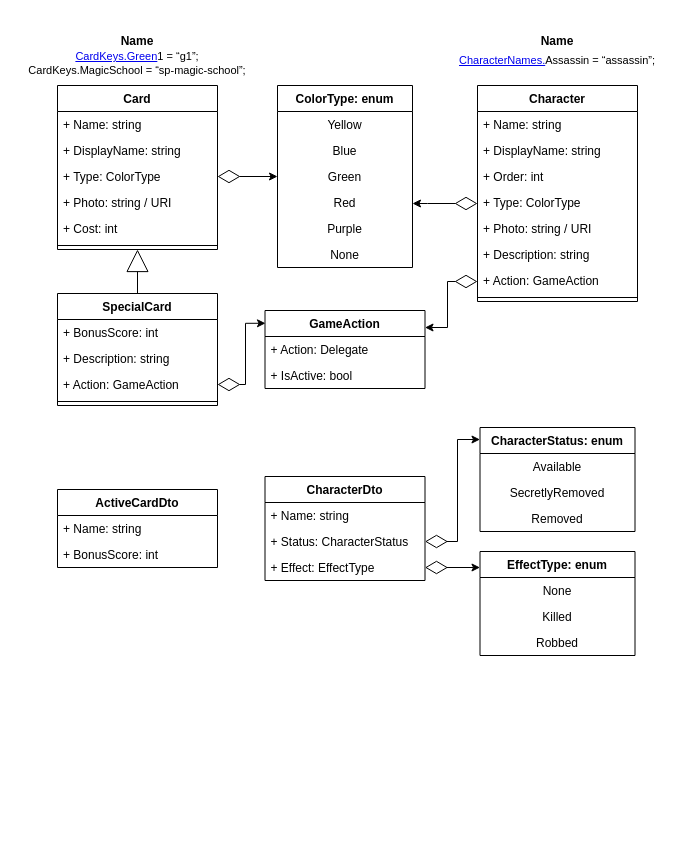
The draw.io diagram docs/UML-diagram.drawio in AntonArtomovNM/KCAA, before the edit. Source tidied: cells renumbered, new cells numbered last; positions are measured from the earlier drawing's top-left corner, leaving out a move shared by most shapes. Both pictures are drawn from the tidied source at 100%, with x=0, y=0 at pixel (17, 17).
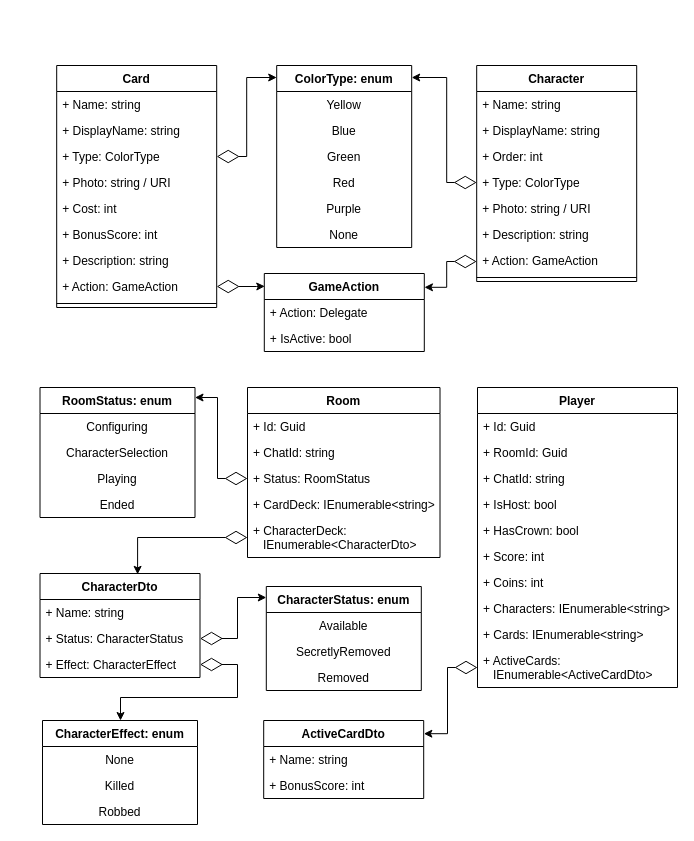
After the change.

The change refers to these unchanged cells:
```xml
<mxCell id="11" value="+ Type: ColorType" style="text;strokeColor=none;fillColor=none;align=left;verticalAlign=top;spacingLeft=4;spacingRight=4;overflow=hidden;points=[[0,0.5],[1,0.5]];portConstraint=eastwest;" parent="7" vertex="1">
  <mxGeometry y="104" width="160" height="26" as="geometry" />
</mxCell>
<mxCell id="14" value="+ Action: GameAction" style="text;strokeColor=none;fillColor=none;align=left;verticalAlign=top;spacingLeft=4;spacingRight=4;overflow=hidden;points=[[0,0.5],[1,0.5]];portConstraint=eastwest;" parent="7" vertex="1">
  <mxGeometry y="182" width="160" height="26" as="geometry" />
</mxCell>
<mxCell id="27" value="+ Type: ColorType" style="text;strokeColor=none;fillColor=none;align=left;verticalAlign=top;spacingLeft=4;spacingRight=4;overflow=hidden;points=[[0,0.5],[1,0.5]];portConstraint=eastwest;" parent="24" vertex="1">
  <mxGeometry y="78" width="160" height="26" as="geometry" />
</mxCell>
<mxCell id="39" value="+ Status: CharacterStatus" style="text;strokeColor=none;fillColor=none;align=left;verticalAlign=top;spacingLeft=4;spacingRight=4;overflow=hidden;points=[[0,0.5],[1,0.5]];portConstraint=eastwest;" parent="37" vertex="1">
  <mxGeometry y="52" width="160" height="26" as="geometry" />
</mxCell>
```

Change to the diagram source:
```diff
@@
-    <mxCell id="2" value="SpecialCard" style="swimlane;fontStyle=1;align=center;verticalAlign=top;horizontal=1;startSize=26;hachureGap=4;" parent="1" vertex="1">
-      <mxGeometry x="40" y="276" width="160" height="112" as="geometry" />
-    </mxCell>
-    <mxCell id="3" value="+ BonusScore: int" style="text;strokeColor=none;fillColor=none;align=left;verticalAlign=top;spacingLeft=4;spacingRight=4;overflow=hidden;" parent="2" vertex="1">
-      <mxGeometry y="26" width="160" height="26" as="geometry" />
-    </mxCell>
-    <mxCell id="4" value="+ Description: string" style="text;strokeColor=none;fillColor=none;align=left;verticalAlign=top;spacingLeft=4;spacingRight=4;overflow=hidden;" parent="2" vertex="1">
-      <mxGeometry y="52" width="160" height="26" as="geometry" />
-    </mxCell>
-    <mxCell id="5" value="+ Action: GameAction" style="text;strokeColor=none;fillColor=none;align=left;verticalAlign=top;spacingLeft=4;spacingRight=4;overflow=hidden;points=[[0,0.5],[1,0.5]];portConstraint=eastwest;" parent="2" vertex="1">
-      <mxGeometry y="78" width="160" height="26" as="geometry" />
-    </mxCell>
-    <mxCell id="6" style="line;strokeWidth=1;fillColor=none;align=left;verticalAlign=middle;spacingTop=-1;spacingLeft=3;spacingRight=3;labelPosition=right;hachureGap=4;labelBackgroundColor=none;fontSize=12;html=0;" parent="2" vertex="1">
-      <mxGeometry y="104" width="160" height="8" as="geometry" />
-    </mxCell>
     <mxCell id="7" value="Character" style="swimlane;fontStyle=1;align=center;verticalAlign=top;horizontal=1;startSize=26;hachureGap=4;" parent="1" vertex="1">
-      <mxGeometry x="460" y="68" width="160" height="216" as="geometry" />
+      <mxGeometry x="459.2" y="48" width="160" height="216" as="geometry" />
     </mxCell>
@@
     <mxCell id="16" value="ColorType: enum" style="swimlane;fontStyle=1;align=center;verticalAlign=top;horizontal=1;startSize=26;hachureGap=4;labelBackgroundColor=none;fontSize=12;fillColor=none;html=0;" parent="1" vertex="1">
-      <mxGeometry x="260" y="68" width="135" height="182" as="geometry" />
+      <mxGeometry x="259.2" y="48" width="135" height="182" as="geometry" />
     </mxCell>
@@
-    <mxCell id="23" style="edgeStyle=orthogonalEdgeStyle;rounded=0;jettySize=auto;html=1;startArrow=block;startFill=0;startSize=20;endSize=6;endArrow=none;endFill=0;" parent="1" edge="1" source="24" target="2">
-      <mxGeometry relative="1" as="geometry" />
-    </mxCell>
     <mxCell id="24" value="Card" style="swimlane;fontStyle=1;align=center;verticalAlign=top;horizontal=1;startSize=26;hachureGap=4;" parent="1" vertex="1">
-      <mxGeometry x="40" y="68" width="160" height="164" as="geometry" />
+      <mxGeometry x="39.2" y="48" width="160" height="242" as="geometry" />
     </mxCell>
@@
+    <mxCell id="3" value="+ BonusScore: int" style="text;strokeColor=none;fillColor=none;align=left;verticalAlign=top;spacingLeft=4;spacingRight=4;overflow=hidden;" parent="24" vertex="1">
+      <mxGeometry y="156" width="160" height="26" as="geometry" />
+    </mxCell>
+    <mxCell id="4" value="+ Description: string" style="text;strokeColor=none;fillColor=none;align=left;verticalAlign=top;spacingLeft=4;spacingRight=4;overflow=hidden;" parent="24" vertex="1">
+      <mxGeometry y="182" width="160" height="26" as="geometry" />
+    </mxCell>
+    <mxCell id="5" value="+ Action: GameAction" style="text;strokeColor=none;fillColor=none;align=left;verticalAlign=top;spacingLeft=4;spacingRight=4;overflow=hidden;points=[[0,0.5],[1,0.5]];portConstraint=eastwest;" parent="24" vertex="1">
+      <mxGeometry y="208" width="160" height="26" as="geometry" />
+    </mxCell>
     <mxCell id="30" style="line;strokeWidth=1;fillColor=none;align=left;verticalAlign=middle;spacingTop=-1;spacingLeft=3;spacingRight=3;labelPosition=right;hachureGap=4;labelBackgroundColor=none;fontSize=12;html=0;" parent="24" vertex="1">
-      <mxGeometry y="156" width="160" height="8" as="geometry" />
+      <mxGeometry y="234" width="160" height="8" as="geometry" />
     </mxCell>
     <mxCell id="31" value="GameAction" style="swimlane;fontStyle=1;align=center;verticalAlign=top;horizontal=1;startSize=26;" parent="1" vertex="1">
-      <mxGeometry x="247.5" y="293" width="160" height="78" as="geometry" />
+      <mxGeometry x="246.8" y="256" width="160" height="78" as="geometry" />
     </mxCell>
@@
     <mxCell id="34" value="ActiveCardDto" style="swimlane;fontStyle=1;align=center;verticalAlign=top;horizontal=1;startSize=26;" parent="1" vertex="1">
-      <mxGeometry x="40" y="472" width="160" height="78" as="geometry" />
+      <mxGeometry x="246.2" y="703" width="160" height="78" as="geometry" />
     </mxCell>
@@
     <mxCell id="37" value="CharacterDto" style="swimlane;fontStyle=1;align=center;verticalAlign=top;horizontal=1;startSize=26;" parent="1" vertex="1">
-      <mxGeometry x="247.5" y="459" width="160" height="104" as="geometry" />
+      <mxGeometry x="22.5" y="556" width="160" height="104" as="geometry" />
     </mxCell>
@@
-    <mxCell id="40" value="+ Effect: EffectType" style="text;strokeColor=none;fillColor=none;align=left;verticalAlign=top;spacingLeft=4;spacingRight=4;overflow=hidden;points=[[0,0.5],[1,0.5]];portConstraint=eastwest;" parent="37" vertex="1">
+    <mxCell id="40" value="+ Effect: CharacterEffect" style="text;strokeColor=none;fillColor=none;align=left;verticalAlign=top;spacingLeft=4;spacingRight=4;overflow=hidden;points=[[0,0.5],[1,0.5]];portConstraint=eastwest;" parent="37" vertex="1">
       <mxGeometry y="78" width="160" height="26" as="geometry" />
     </mxCell>
     <mxCell id="41" value="CharacterStatus: enum" style="swimlane;fontStyle=1;align=center;verticalAlign=top;horizontal=1;startSize=26;hachureGap=4;labelBackgroundColor=none;fontSize=12;fillColor=none;html=0;" parent="1" vertex="1">
-      <mxGeometry x="462.5" y="410" width="155" height="104" as="geometry" />
+      <mxGeometry x="248.8" y="569" width="155" height="104" as="geometry" />
     </mxCell>
@@
-    <mxCell id="45" value="EffectType: enum" style="swimlane;fontStyle=1;align=center;verticalAlign=top;horizontal=1;startSize=26;hachureGap=4;labelBackgroundColor=none;fontSize=12;fillColor=none;html=0;" parent="1" vertex="1">
-      <mxGeometry x="462.5" y="534" width="155" height="104" as="geometry" />
+    <mxCell id="45" value="CharacterEffect: enum" style="swimlane;fontStyle=1;align=center;verticalAlign=top;horizontal=1;startSize=26;hachureGap=4;labelBackgroundColor=none;fontSize=12;fillColor=none;html=0;" parent="1" vertex="1">
+      <mxGeometry x="25" y="703" width="155" height="104" as="geometry" />
     </mxCell>
@@
-    <mxCell id="49" style="edgeStyle=orthogonalEdgeStyle;rounded=0;jettySize=auto;html=1;startArrow=diamondThin;startFill=0;endSize=6;startSize=20;" parent="1" edge="1" source="27" target="16">
+    <mxCell id="49" style="edgeStyle=orthogonalEdgeStyle;rounded=0;jettySize=auto;html=1;startArrow=diamondThin;startFill=0;endSize=6;startSize=20;exitX=1;exitY=0.5;exitDx=0;exitDy=0;" parent="1" edge="1" source="27" target="16">
       <mxGeometry relative="1" as="geometry">
         <Array as="points">
-          <mxPoint x="260" y="159" />
-          <mxPoint x="260" y="159" />
+          <mxPoint x="229.2" y="139" />
+          <mxPoint x="229.2" y="60" />
         </Array>
       </mxGeometry>
     </mxCell>
     <mxCell id="50" style="edgeStyle=orthogonalEdgeStyle;rounded=0;jettySize=auto;html=1;startArrow=diamondThin;startFill=0;startSize=20;endSize=6;" parent="1" edge="1" source="11" target="16">
       <mxGeometry relative="1" as="geometry">
         <Array as="points">
-          <mxPoint x="410" y="186" />
-          <mxPoint x="410" y="186" />
+          <mxPoint x="429.2" y="165" />
+          <mxPoint x="429.2" y="60" />
         </Array>
       </mxGeometry>
     </mxCell>
     <mxCell id="51" style="edgeStyle=orthogonalEdgeStyle;rounded=0;jettySize=auto;html=1;startArrow=diamondThin;startFill=0;endArrow=classic;endFill=1;startSize=20;endSize=6;entryX=0.003;entryY=0.164;entryDx=0;entryDy=0;entryPerimeter=0;exitX=1;exitY=0.5;exitDx=0;exitDy=0;" parent="1" edge="1" source="5" target="31">
       <mxGeometry relative="1" as="geometry">
         <Array as="points">
-          <mxPoint x="228" y="367" />
-          <mxPoint x="228" y="306" />
+          <mxPoint x="239.2" y="269" />
+          <mxPoint x="239.2" y="269" />
         </Array>
       </mxGeometry>
     </mxCell>
-    <mxCell id="52" style="edgeStyle=orthogonalEdgeStyle;rounded=0;jettySize=auto;html=1;startArrow=diamondThin;startFill=0;endArrow=classic;endFill=1;startSize=20;endSize=6;" parent="1" edge="1" source="14" target="31">
+    <mxCell id="52" style="edgeStyle=orthogonalEdgeStyle;rounded=0;jettySize=auto;html=1;startArrow=diamondThin;startFill=0;endArrow=classic;endFill=1;startSize=20;endSize=6;entryX=1.001;entryY=0.177;entryDx=0;entryDy=0;entryPerimeter=0;" parent="1" edge="1" source="14" target="31">
       <mxGeometry relative="1" as="geometry">
         <Array as="points">
-          <mxPoint x="430" y="264" />
-          <mxPoint x="430" y="310" />
+          <mxPoint x="429.2" y="244" />
+          <mxPoint x="429.2" y="270" />
         </Array>
       </mxGeometry>
     </mxCell>
     <mxCell id="53" style="edgeStyle=orthogonalEdgeStyle;rounded=0;jettySize=auto;html=1;startArrow=diamondThin;startFill=0;endArrow=classic;endFill=1;startSize=20;endSize=6;exitX=1;exitY=0.5;exitDx=0;exitDy=0;" parent="1" edge="1" source="39" target="41">
       <mxGeometry relative="1" as="geometry">
         <Array as="points">
-          <mxPoint x="440" y="524" />
-          <mxPoint x="440" y="422" />
+          <mxPoint x="220" y="621" />
+          <mxPoint x="220" y="580" />
         </Array>
       </mxGeometry>
     </mxCell>
     <mxCell id="54" style="edgeStyle=orthogonalEdgeStyle;rounded=0;jettySize=auto;html=1;startArrow=diamondThin;startFill=0;endArrow=classic;endFill=1;startSize=20;endSize=6;exitX=1;exitY=0.5;exitDx=0;exitDy=0;" parent="1" edge="1" source="40" target="45">
       <mxGeometry relative="1" as="geometry">
         <Array as="points">
-          <mxPoint x="500" y="550" />
-          <mxPoint x="500" y="550" />
+          <mxPoint x="220" y="647" />
+          <mxPoint x="220" y="680" />
+          <mxPoint x="103" y="680" />
         </Array>
       </mxGeometry>
     </mxCell>
-    <mxCell id="55" style="group;" parent="1" vertex="1">
-      <mxGeometry y="10" width="240" height="46" as="geometry" />
-    </mxCell>
-    <mxCell id="56" value="&#10;&#10;&lt;a class=&quot;anchor-url&quot; href=&quot;https://cardkeys.green/&quot; target=&quot;_blank&quot; style=&quot;box-sizing: inherit ; text-decoration: underline ; font-size: 11px ; font-style: normal ; font-weight: 400 ; letter-spacing: normal ; text-indent: 0px ; text-transform: none ; word-spacing: 0px&quot;&gt;CardKeys.Green&lt;/a&gt;&lt;span style=&quot;font-size: 11px ; font-style: normal ; font-weight: 400 ; letter-spacing: normal ; text-indent: 0px ; text-transform: none ; word-spacing: 0px ; display: inline ; float: none&quot;&gt;1 = “g1”;&#10;CardKeys.MagicSchool = “sp-magic-school”;&lt;/span&gt;&#10;&#10;" style="text;html=1;strokeColor=none;fillColor=none;align=center;verticalAlign=middle;whiteSpace=wrap;rounded=0;hachureGap=4;fontSize=11;fontColor=#000000;labelBackgroundColor=none;" parent="55" vertex="1">
-      <mxGeometry y="26" width="240" height="20" as="geometry" />
-    </mxCell>
-    <mxCell id="57" value="Name" style="text;strokeColor=none;fillColor=none;align=center;verticalAlign=top;spacingLeft=4;spacingRight=4;overflow=hidden;fontStyle=1;" parent="55" vertex="1">
-      <mxGeometry x="70.6" width="98.8" height="26" as="geometry" />
-    </mxCell>
-    <mxCell id="58" style="group;" parent="1" vertex="1">
-      <mxGeometry x="420" width="240" height="46" as="geometry" />
-    </mxCell>
-    <mxCell id="59" value="&lt;br&gt;&lt;br&gt;&lt;a class=&quot;anchor-url&quot; href=&quot;https://cardkeys.green/&quot; target=&quot;_blank&quot; style=&quot;box-sizing: inherit ; text-decoration: underline ; font-size: 11px ; font-style: normal ; font-weight: 400 ; letter-spacing: normal ; text-indent: 0px ; text-transform: none ; word-spacing: 0px&quot;&gt;CharacterNames.&lt;/a&gt;Assassin&lt;span style=&quot;font-size: 11px ; font-style: normal ; font-weight: 400 ; letter-spacing: normal ; text-indent: 0px ; text-transform: none ; word-spacing: 0px ; display: inline ; float: none&quot;&gt;&amp;nbsp;= “assassin”;&lt;br&gt;&lt;/span&gt;&lt;br&gt;" style="text;html=1;strokeColor=none;fillColor=none;align=center;verticalAlign=middle;whiteSpace=wrap;rounded=0;hachureGap=4;fontSize=11;fontColor=#000000;labelBackgroundColor=none;" parent="58" vertex="1">
-      <mxGeometry y="26" width="240" height="20" as="geometry" />
-    </mxCell>
-    <mxCell id="60" value="Name" style="text;strokeColor=none;fillColor=none;align=center;verticalAlign=top;spacingLeft=4;spacingRight=4;overflow=hidden;fontStyle=1;" parent="58" vertex="1">
-      <mxGeometry x="70.6" y="10" width="98.8" height="26" as="geometry" />
-    </mxCell>
+    <mxCell id="61" value="RoomStatus: enum" style="swimlane;fontStyle=1;align=center;verticalAlign=top;horizontal=1;startSize=26;hachureGap=4;labelBackgroundColor=none;fontSize=12;fillColor=none;html=0;" parent="1" vertex="1">
+      <mxGeometry x="22.5" y="370" width="155" height="130" as="geometry" />
+    </mxCell>
+    <mxCell id="62" value="Configuring" style="text;strokeColor=none;fillColor=none;align=center;verticalAlign=top;spacingLeft=4;spacingRight=4;overflow=hidden;hachureGap=4;labelBackgroundColor=none;fontSize=12;html=0;" parent="61" vertex="1">
+      <mxGeometry y="26" width="155" height="26" as="geometry" />
+    </mxCell>
+    <mxCell id="63" value="CharacterSelection" style="text;strokeColor=none;fillColor=none;align=center;verticalAlign=top;spacingLeft=4;spacingRight=4;overflow=hidden;hachureGap=4;labelBackgroundColor=none;fontSize=12;html=0;" parent="61" vertex="1">
+      <mxGeometry y="52" width="155" height="26" as="geometry" />
+    </mxCell>
+    <mxCell id="64" value="Playing" style="text;strokeColor=none;fillColor=none;align=center;verticalAlign=top;spacingLeft=4;spacingRight=4;overflow=hidden;hachureGap=4;labelBackgroundColor=none;fontSize=12;html=0;" parent="61" vertex="1">
+      <mxGeometry y="78" width="155" height="26" as="geometry" />
+    </mxCell>
+    <mxCell id="65" value="Ended" style="text;strokeColor=none;fillColor=none;align=center;verticalAlign=top;spacingLeft=4;spacingRight=4;overflow=hidden;hachureGap=4;labelBackgroundColor=none;fontSize=12;html=0;" parent="61" vertex="1">
+      <mxGeometry y="104" width="155" height="26" as="geometry" />
+    </mxCell>
+    <mxCell id="66" value="Room" style="swimlane;fontStyle=1;align=center;verticalAlign=top;horizontal=1;startSize=26;" parent="1" vertex="1">
+      <mxGeometry x="230" y="370" width="192.5" height="170" as="geometry" />
+    </mxCell>
+    <mxCell id="67" value="+ Id: Guid" style="text;strokeColor=none;fillColor=none;align=left;verticalAlign=top;spacingLeft=4;spacingRight=4;overflow=hidden;" parent="66" vertex="1">
+      <mxGeometry y="26" width="192.5" height="26" as="geometry" />
+    </mxCell>
+    <mxCell id="68" value="+ ChatId: string" style="text;strokeColor=none;fillColor=none;align=left;verticalAlign=top;spacingLeft=4;spacingRight=4;overflow=hidden;" parent="66" vertex="1">
+      <mxGeometry y="52" width="192.5" height="26" as="geometry" />
+    </mxCell>
+    <mxCell id="69" value="+ Status: RoomStatus" style="text;strokeColor=none;fillColor=none;align=left;verticalAlign=top;spacingLeft=4;spacingRight=4;overflow=hidden;points=[[0,0.5],[1,0.5]];portConstraint=eastwest;" parent="66" vertex="1">
+      <mxGeometry y="78" width="192.5" height="26" as="geometry" />
+    </mxCell>
+    <mxCell id="70" value="+ CardDeck: IEnumerable&lt;string&gt;" style="text;strokeColor=none;fillColor=none;align=left;verticalAlign=top;spacingLeft=4;spacingRight=4;overflow=hidden;" parent="66" vertex="1">
+      <mxGeometry y="104" width="192.5" height="26" as="geometry" />
+    </mxCell>
+    <mxCell id="71" value="+ CharacterDeck: &#10;   IEnumerable&lt;CharacterDto&gt;" style="text;strokeColor=none;fillColor=none;align=left;verticalAlign=top;spacingLeft=4;spacingRight=4;overflow=hidden;points=[[0,0.5],[1,0.5]];portConstraint=eastwest;" parent="66" vertex="1">
+      <mxGeometry y="130" width="192.5" height="40" as="geometry" />
+    </mxCell>
+    <mxCell id="72" style="edgeStyle=orthogonalEdgeStyle;rounded=0;jettySize=auto;html=1;startArrow=diamondThin;startFill=0;endArrow=classic;endFill=1;startSize=20;endSize=6;exitX=0;exitY=0.5;exitDx=0;exitDy=0;" parent="1" edge="1" source="69" target="61">
+      <mxGeometry relative="1" as="geometry">
+        <Array as="points">
+          <mxPoint x="200" y="461" />
+          <mxPoint x="200" y="380" />
+        </Array>
+      </mxGeometry>
+    </mxCell>
+    <mxCell id="73" value="Player" style="swimlane;fontStyle=1;align=center;verticalAlign=top;horizontal=1;startSize=26;" parent="1" vertex="1">
+      <mxGeometry x="460" y="370" width="200" height="300" as="geometry" />
+    </mxCell>
+    <mxCell id="74" value="+ Id: Guid" style="text;strokeColor=none;fillColor=none;align=left;verticalAlign=top;spacingLeft=4;spacingRight=4;overflow=hidden;" parent="73" vertex="1">
+      <mxGeometry y="26" width="200" height="26" as="geometry" />
+    </mxCell>
+    <mxCell id="75" value="+ RoomId: Guid " style="text;strokeColor=none;fillColor=none;align=left;verticalAlign=top;spacingLeft=4;spacingRight=4;overflow=hidden;" parent="73" vertex="1">
+      <mxGeometry y="52" width="200" height="26" as="geometry" />
+    </mxCell>
+    <mxCell id="76" value="+ ChatId: string" style="text;strokeColor=none;fillColor=none;align=left;verticalAlign=top;spacingLeft=4;spacingRight=4;overflow=hidden;" parent="73" vertex="1">
+      <mxGeometry y="78" width="200" height="26" as="geometry" />
+    </mxCell>
+    <mxCell id="77" value="+ IsHost: bool" style="text;strokeColor=none;fillColor=none;align=left;verticalAlign=top;spacingLeft=4;spacingRight=4;overflow=hidden;" parent="73" vertex="1">
+      <mxGeometry y="104" width="200" height="26" as="geometry" />
+    </mxCell>
+    <mxCell id="78" value="+ HasCrown: bool" style="text;strokeColor=none;fillColor=none;align=left;verticalAlign=top;spacingLeft=4;spacingRight=4;overflow=hidden;" parent="73" vertex="1">
+      <mxGeometry y="130" width="200" height="26" as="geometry" />
+    </mxCell>
+    <mxCell id="79" value="+ Score: int" style="text;strokeColor=none;fillColor=none;align=left;verticalAlign=top;spacingLeft=4;spacingRight=4;overflow=hidden;" parent="73" vertex="1">
+      <mxGeometry y="156" width="200" height="26" as="geometry" />
+    </mxCell>
+    <mxCell id="80" value="+ Coins: int" style="text;strokeColor=none;fillColor=none;align=left;verticalAlign=top;spacingLeft=4;spacingRight=4;overflow=hidden;" parent="73" vertex="1">
+      <mxGeometry y="182" width="200" height="26" as="geometry" />
+    </mxCell>
+    <mxCell id="81" value="+ Characters: IEnumerable&lt;string&gt;" style="text;strokeColor=none;fillColor=none;align=left;verticalAlign=top;spacingLeft=4;spacingRight=4;overflow=hidden;" parent="73" vertex="1">
+      <mxGeometry y="208" width="200" height="26" as="geometry" />
+    </mxCell>
+    <mxCell id="82" value="+ Cards: IEnumerable&lt;string&gt;" style="text;strokeColor=none;fillColor=none;align=left;verticalAlign=top;spacingLeft=4;spacingRight=4;overflow=hidden;" parent="73" vertex="1">
+      <mxGeometry y="234" width="200" height="26" as="geometry" />
+    </mxCell>
+    <mxCell id="83" value="+ ActiveCards: &#10;   IEnumerable&lt;ActiveCardDto&gt;" style="text;strokeColor=none;fillColor=none;align=left;verticalAlign=top;spacingLeft=4;spacingRight=4;overflow=hidden;points=[[0,0.5],[1,0.5]];portConstraint=eastwest;" parent="73" vertex="1">
+      <mxGeometry y="260" width="200" height="40" as="geometry" />
+    </mxCell>
+    <mxCell id="84" style="edgeStyle=orthogonalEdgeStyle;rounded=0;jettySize=auto;html=1;startArrow=diamondThin;startFill=0;endArrow=classic;endFill=1;startSize=20;endSize=6;exitX=0;exitY=0.5;exitDx=0;exitDy=0;entryX=0.61;entryY=0.008;entryDx=0;entryDy=0;entryPerimeter=0;" parent="1" edge="1" source="71" target="37">
+      <mxGeometry relative="1" as="geometry">
+        <Array as="points">
+          <mxPoint x="120" y="520" />
+        </Array>
+      </mxGeometry>
+    </mxCell>
+    <mxCell id="85" style="edgeStyle=orthogonalEdgeStyle;rounded=0;jettySize=auto;html=1;startArrow=diamondThin;startFill=0;endArrow=classic;endFill=1;startSize=20;endSize=6;exitX=0;exitY=0.5;exitDx=0;exitDy=0;entryX=1.001;entryY=0.169;entryDx=0;entryDy=0;entryPerimeter=0;" parent="1" edge="1" source="83" target="34">
+      <mxGeometry relative="1" as="geometry">
+        <Array as="points">
+          <mxPoint x="430" y="650" />
+          <mxPoint x="430" y="716" />
+        </Array>
+      </mxGeometry>
+    </mxCell>
```
